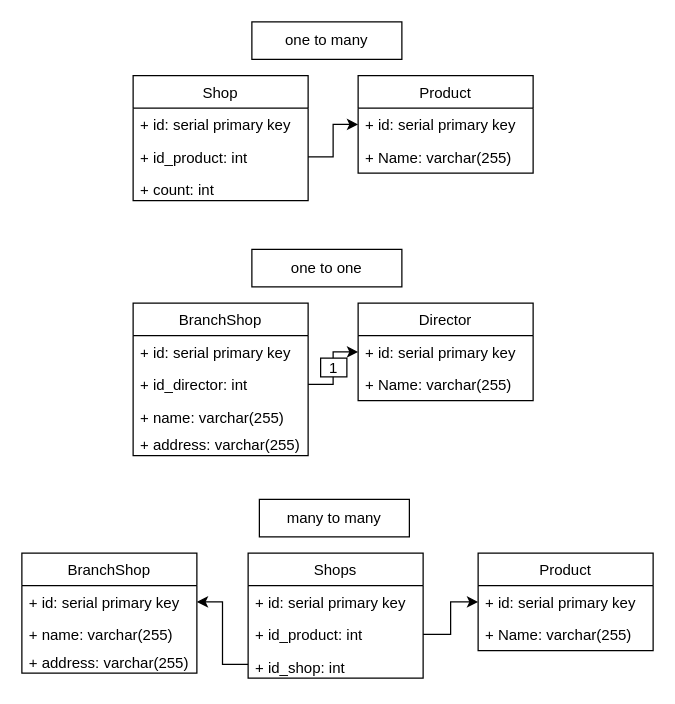
Above: data/DiagramExamples.drawio in AndrewBurUU/job4j_design (draw.io), before the change. Source tidied: cells renumbered, new cells numbered last; positions are measured from the earlier drawing's top-left corner, leaving out a move shared by most shapes. Both pictures are drawn from the tidied source at 125%, with x=0, y=0 at pixel (21, 21).
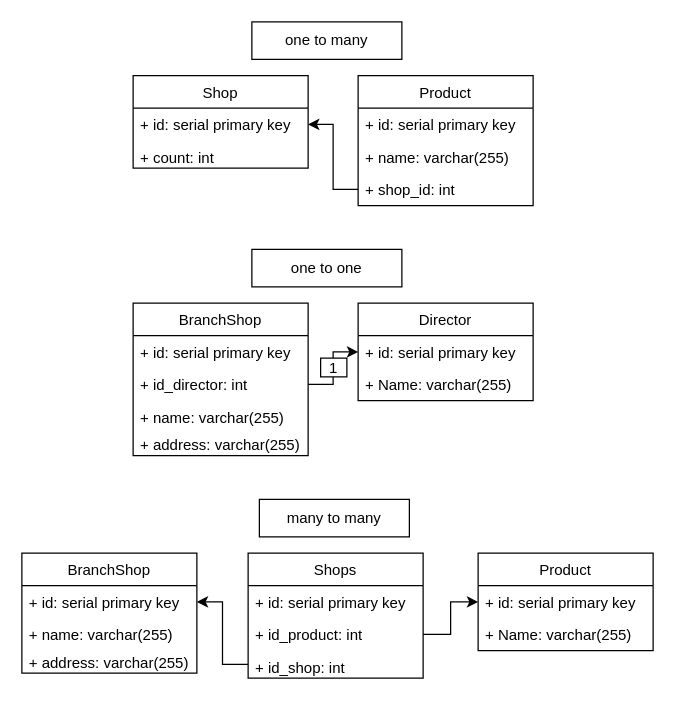
Above is the later version.

Commit message (it also covers changes not shown here):
0.1. Связи между таблицами [#373615 #345903]

The change refers to these unchanged cells:
```xml
<mxCell id="3" value="+ id: serial primary key" style="text;strokeColor=none;fillColor=none;align=left;verticalAlign=top;spacingLeft=4;spacingRight=4;overflow=hidden;points=[[0,0.5],[1,0.5]];portConstraint=eastwest;" parent="2" vertex="1">
  <mxGeometry y="26" width="140" height="26" as="geometry" />
</mxCell>
<mxCell id="6" value="+ id: serial primary key" style="text;strokeColor=none;fillColor=none;align=left;verticalAlign=top;spacingLeft=4;spacingRight=4;overflow=hidden;points=[[0,0.5],[1,0.5]];portConstraint=eastwest;" parent="5" vertex="1">
  <mxGeometry y="26" width="140" height="26" as="geometry" />
</mxCell>
```

Diff of the diagram source:
```diff
@@
     <mxCell id="2" value="Product" style="swimlane;fontStyle=0;horizontal=1;startSize=26;fillColor=none;" parent="1" vertex="1">
-      <mxGeometry x="269" y="43" width="140" height="78" as="geometry" />
+      <mxGeometry x="269" y="43" width="140" height="104" as="geometry" />
     </mxCell>
@@
-    <mxCell id="4" value="+ Name: varchar(255)" style="text;strokeColor=none;fillColor=none;align=left;verticalAlign=top;spacingLeft=4;spacingRight=4;overflow=hidden;" parent="2" vertex="1">
+    <mxCell id="4" value="+ name: varchar(255)" style="text;strokeColor=none;fillColor=none;align=left;verticalAlign=top;spacingLeft=4;spacingRight=4;overflow=hidden;" parent="2" vertex="1">
       <mxGeometry y="52" width="140" height="26" as="geometry" />
     </mxCell>
+    <mxCell id="36" value="+ shop_id: int" style="text;strokeColor=none;fillColor=none;align=left;verticalAlign=top;spacingLeft=4;spacingRight=4;overflow=hidden;points=[[0,0.5],[1,0.5]];portConstraint=eastwest;" parent="2" vertex="1">
+      <mxGeometry y="78" width="140" height="26" as="geometry" />
+    </mxCell>
     <mxCell id="5" value="Shop" style="swimlane;fontStyle=0;horizontal=1;startSize=26;fillColor=none;" parent="1" vertex="1">
-      <mxGeometry x="89" y="43" width="140" height="100" as="geometry" />
+      <mxGeometry x="89" y="43" width="140" height="74" as="geometry" />
     </mxCell>
@@
-    <mxCell id="7" value="+ id_product: int" style="text;strokeColor=none;fillColor=none;align=left;verticalAlign=top;spacingLeft=4;spacingRight=4;overflow=hidden;points=[[0,0.5],[1,0.5]];portConstraint=eastwest;" parent="5" vertex="1">
-      <mxGeometry y="52" width="140" height="26" as="geometry" />
-    </mxCell>
     <mxCell id="8" value="+ count: int" style="text;strokeColor=none;fillColor=none;align=left;verticalAlign=top;spacingLeft=4;spacingRight=4;overflow=hidden;" parent="5" vertex="1">
-      <mxGeometry y="78" width="140" height="22" as="geometry" />
+      <mxGeometry y="52" width="140" height="22" as="geometry" />
     </mxCell>
-    <mxCell id="9" style="edgeStyle=orthogonalEdgeStyle;rounded=0;jettySize=auto;html=1;exitX=1;exitY=0.5;exitDx=0;exitDy=0;entryX=0;entryY=0.5;entryDx=0;entryDy=0;" parent="1" edge="1" source="7" target="3">
-      <mxGeometry relative="1" as="geometry" />
-    </mxCell>
@@
+    <mxCell id="37" style="edgeStyle=orthogonalEdgeStyle;rounded=0;jettySize=auto;html=1;exitX=0;exitY=0.5;exitDx=0;exitDy=0;entryX=1;entryY=0.5;entryDx=0;entryDy=0;" parent="1" edge="1" source="36" target="6">
+      <mxGeometry relative="1" as="geometry" />
+    </mxCell>
```
